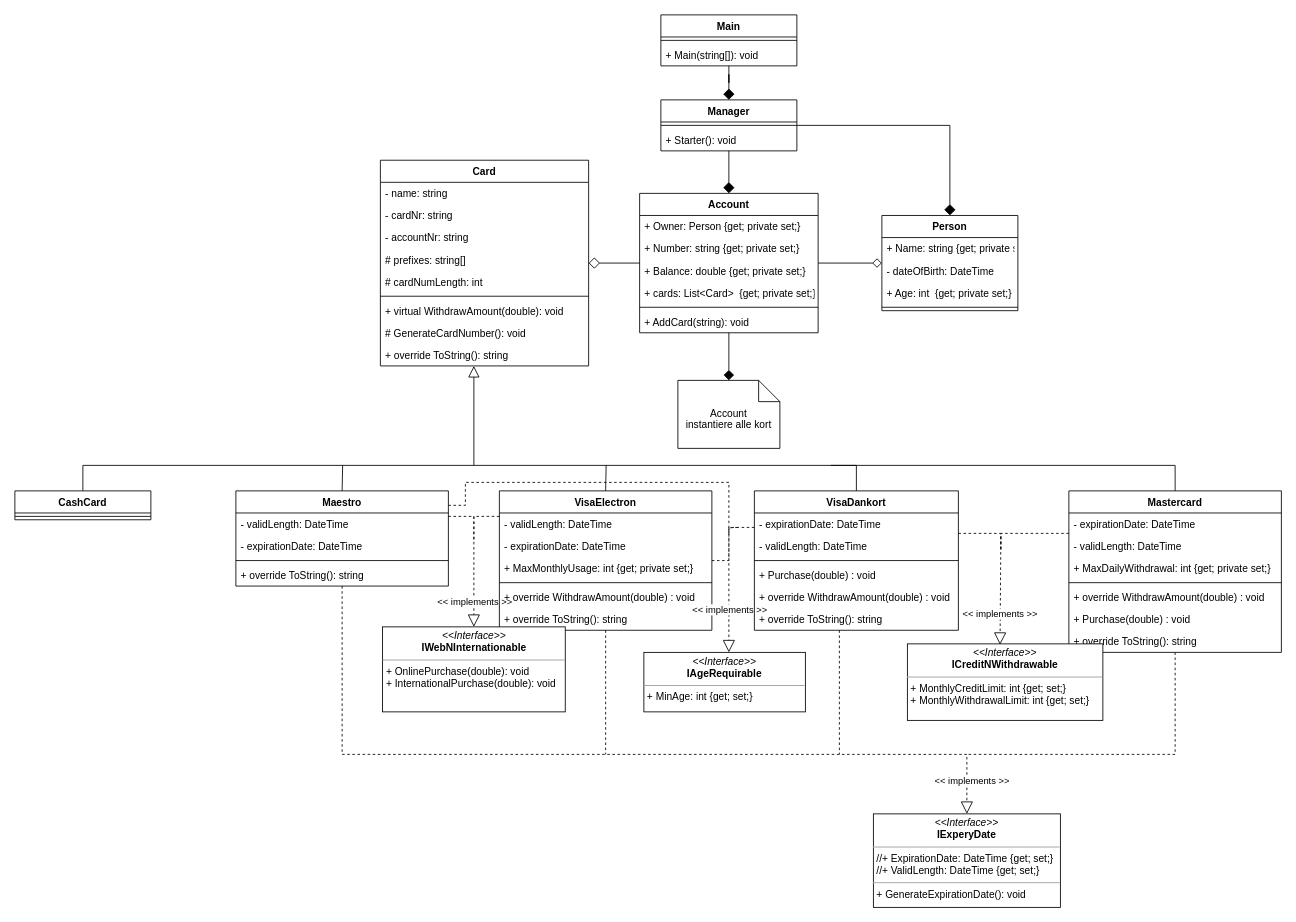
The draw.io diagram ConsoleApp_MyBanker/documentation/MyBankerDiagram.drawio in Kevin-Borup/SOLID, before the edit. Source tidied: cells renumbered, new cells numbered last; positions are measured from the earlier drawing's top-left corner, leaving out a move shared by most shapes. Both pictures are drawn from the tidied source at 85%, with x=0, y=0 at pixel (14, 14).
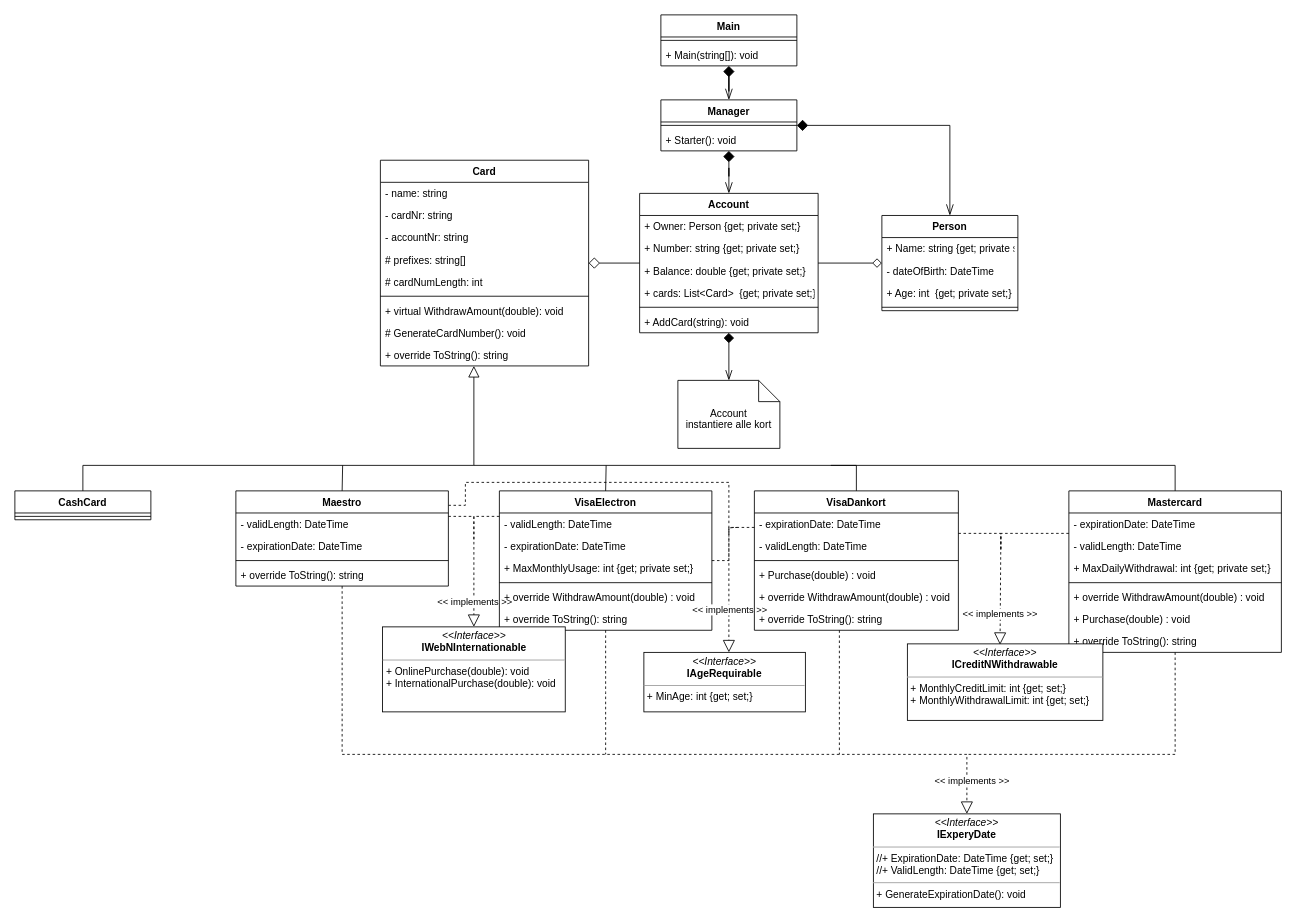
Above is the later version.

The change refers to these unchanged cells:
```xml
<mxCell id="63" value="Account" style="swimlane;fontStyle=1;align=center;verticalAlign=top;horizontal=1;startSize=26;" parent="1" vertex="1">
  <mxGeometry x="735" y="210" width="210" height="164" as="geometry" />
</mxCell>
<mxCell id="70" value="Person" style="swimlane;fontStyle=1;align=center;verticalAlign=top;horizontal=1;startSize=26;" parent="1" vertex="1">
  <mxGeometry x="1020" y="236" width="160" height="112" as="geometry" />
</mxCell>
<mxCell id="76" value="Main" style="swimlane;fontStyle=1;align=center;verticalAlign=top;horizontal=1;startSize=26;" parent="1" vertex="1">
  <mxGeometry x="760" width="160" height="60" as="geometry" />
</mxCell>
<mxCell id="82" value="Manager" style="swimlane;fontStyle=1;align=center;verticalAlign=top;horizontal=1;startSize=26;" parent="1" vertex="1">
  <mxGeometry x="760" y="100" width="160" height="60" as="geometry" />
</mxCell>
<mxCell id="89" value="Account&lt;br&gt;instantiere alle kort" style="shape=note2;boundedLbl=1;whiteSpace=wrap;html=1;size=25;verticalAlign=top;align=center;" parent="1" vertex="1">
  <mxGeometry x="780" y="430" width="120" height="80" as="geometry" />
</mxCell>
```

Change to the diagram source:
```diff
@@
-    <mxCell id="75" style="edgeStyle=orthogonalEdgeStyle;rounded=0;jettySize=auto;html=1;entryX=0.5;entryY=0;entryDx=0;entryDy=0;endArrow=diamond;endFill=1;endSize=11;" parent="1" edge="1" source="76" target="82">
+    <mxCell id="75" style="edgeStyle=orthogonalEdgeStyle;rounded=0;jettySize=auto;html=1;entryX=0.5;entryY=0;entryDx=0;entryDy=0;endArrow=openThin;endFill=0;endSize=11;startArrow=diamond;startFill=1;startSize=11;" parent="1" edge="1" source="76" target="82">
       <mxGeometry relative="1" as="geometry" />
     </mxCell>
@@
-    <mxCell id="80" style="edgeStyle=orthogonalEdgeStyle;rounded=0;jettySize=auto;html=1;entryX=0.5;entryY=0;entryDx=0;entryDy=0;endArrow=diamond;endFill=1;endSize=11;" parent="1" edge="1" source="82" target="63">
+    <mxCell id="80" style="edgeStyle=orthogonalEdgeStyle;rounded=0;jettySize=auto;html=1;entryX=0.5;entryY=0;entryDx=0;entryDy=0;endArrow=openThin;endFill=0;endSize=11;startArrow=diamond;startFill=1;startSize=11;" parent="1" edge="1" source="82" target="63">
       <mxGeometry relative="1" as="geometry" />
     </mxCell>
-    <mxCell id="81" style="edgeStyle=orthogonalEdgeStyle;rounded=0;jettySize=auto;html=1;entryX=0.5;entryY=0;entryDx=0;entryDy=0;endArrow=diamond;endFill=1;endSize=11;" parent="1" edge="1" source="82" target="70">
+    <mxCell id="81" style="edgeStyle=orthogonalEdgeStyle;rounded=0;jettySize=auto;html=1;entryX=0.5;entryY=0;entryDx=0;entryDy=0;endArrow=openThin;endFill=0;endSize=11;startArrow=diamond;startFill=1;startSize=11;" parent="1" edge="1" source="82" target="70">
       <mxGeometry relative="1" as="geometry" />
     </mxCell>
@@
-    <mxCell id="88" style="edgeStyle=orthogonalEdgeStyle;rounded=0;jettySize=auto;html=1;endArrow=diamond;endFill=1;endSize=10;" parent="1" edge="1" source="63" target="89">
+    <mxCell id="88" style="edgeStyle=orthogonalEdgeStyle;rounded=0;jettySize=auto;html=1;endArrow=openThin;endFill=0;endSize=10;startArrow=diamond;startFill=1;startSize=10;" parent="1" edge="1" source="63" target="89">
       <mxGeometry relative="1" as="geometry" />
     </mxCell>
```
